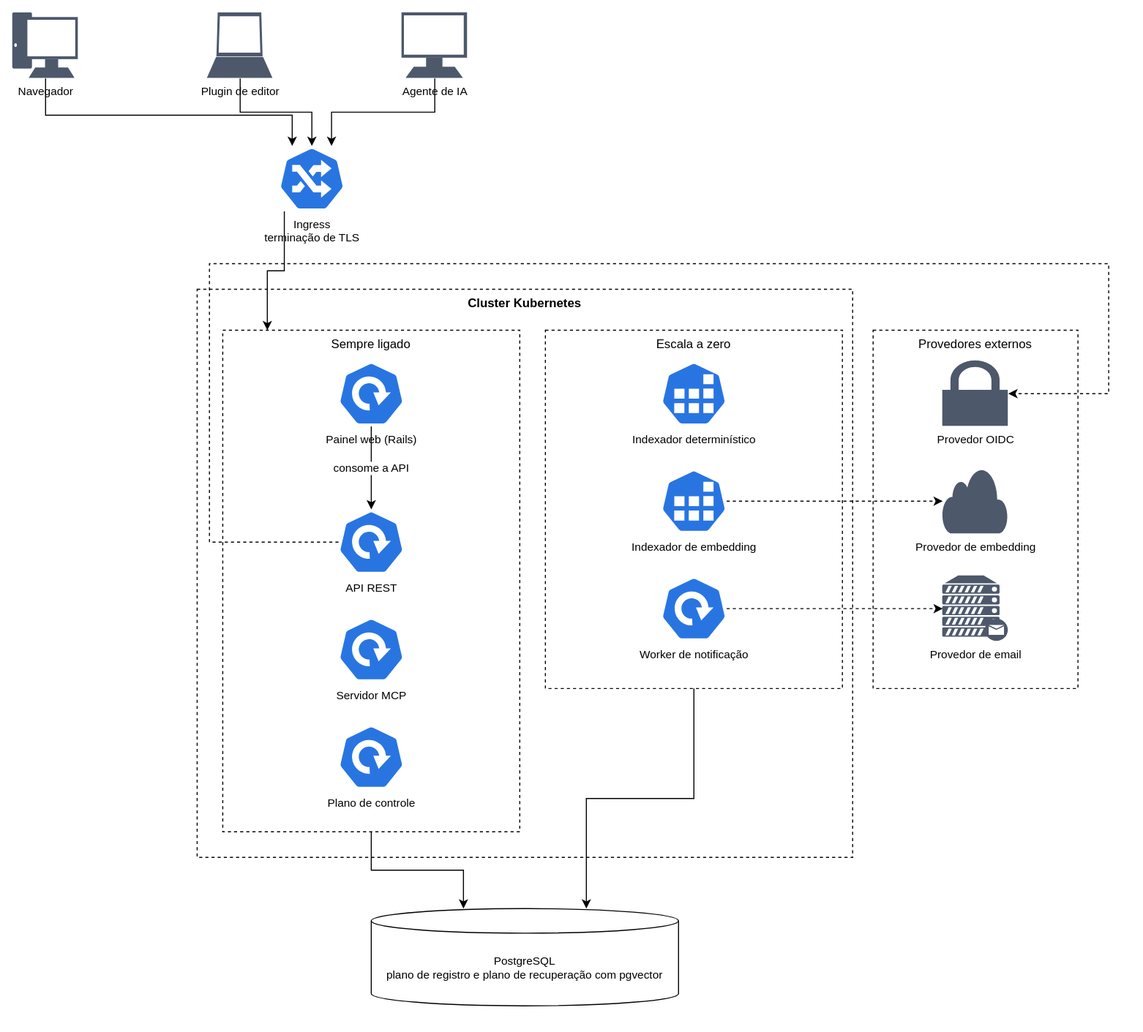
Before: docs/diagramas-de-blocos.drawio.svg, a diagram exported from draw.io (markupp-labs/markupp). Source tidied: cells renumbered, new cells last; positions are measured from the earlier drawing's top-left corner, leaving out a move shared by most shapes.
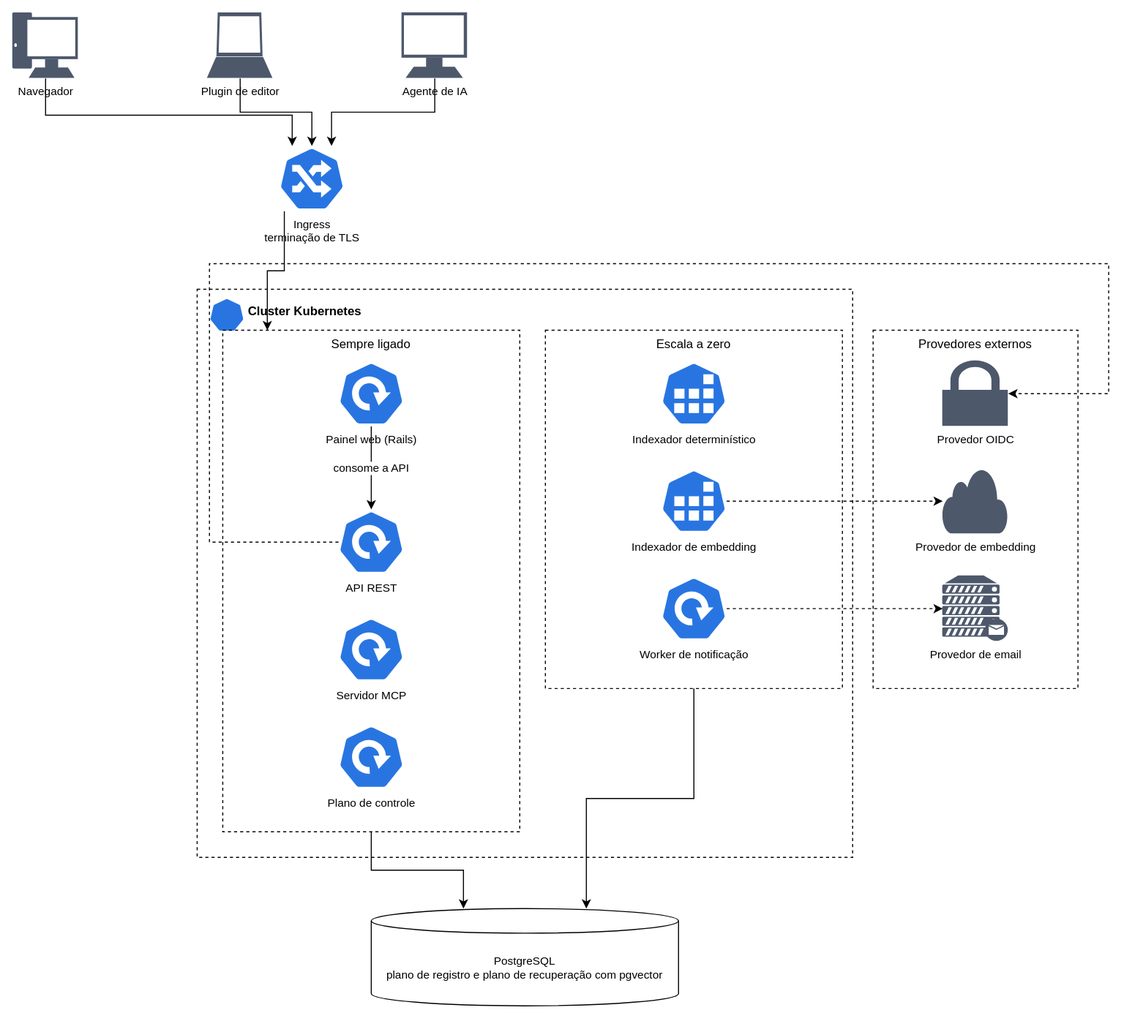
Above is the later version.

Commit message:
docs: marca a caixa do cluster com o badge do control plane

Diff of the diagram source:
```diff
@@ -2,9 +2,12 @@
   <root>
     <mxCell id="0" />
     <mxCell id="1" parent="0" />
-    <mxCell id="2" value="Cluster Kubernetes" style="rounded=0;whiteSpace=wrap;html=1;verticalAlign=top;fillColor=none;dashed=1;fontSize=12;fontStyle=1;" parent="1" vertex="1">
+    <mxCell id="2" value="Cluster Kubernetes" style="rounded=0;whiteSpace=wrap;html=1;verticalAlign=top;align=left;spacingLeft=48;spacingTop=8;fillColor=none;dashed=1;fontSize=12;fontStyle=1;" parent="1" vertex="1">
       <mxGeometry x="180" y="270" width="640" height="555" as="geometry" />
     </mxCell>
+    <mxCell id="31" style="sketch=0;html=1;dashed=0;shape=mxgraph.kubernetes.icon;prIcon=control_plane;fillColor=#2875E2;strokeColor=#ffffff;" parent="1" vertex="1">
+      <mxGeometry x="192" y="278" width="34" height="34" as="geometry" />
+    </mxCell>
     <mxCell id="3" value="Sempre ligado" style="rounded=0;whiteSpace=wrap;html=1;verticalAlign=top;fillColor=none;dashed=1;fontSize=12;" parent="1" vertex="1">
       <mxGeometry x="205" y="310" width="290" height="490" as="geometry" />
     </mxCell>
```
